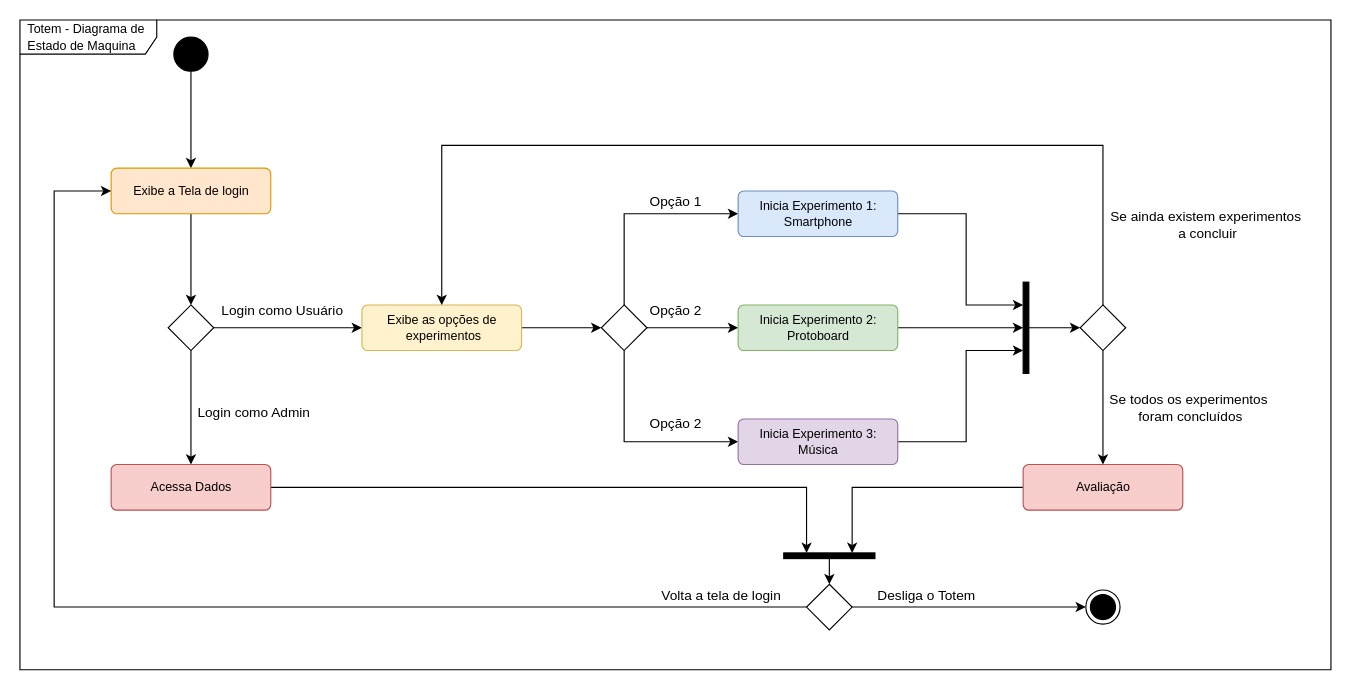
Osidious/PI1-2022-2 keeps this draw.io diagram as DiagramaDeEstadoDeMaquina.drawio. Above is the earlier version. Source tidied: cells renumbered, new cells numbered last; positions are measured from the earlier drawing's top-left corner, leaving out a move shared by most shapes. Both pictures are drawn from the tidied source at 114%, with x=0, y=0 at pixel (19, 19).
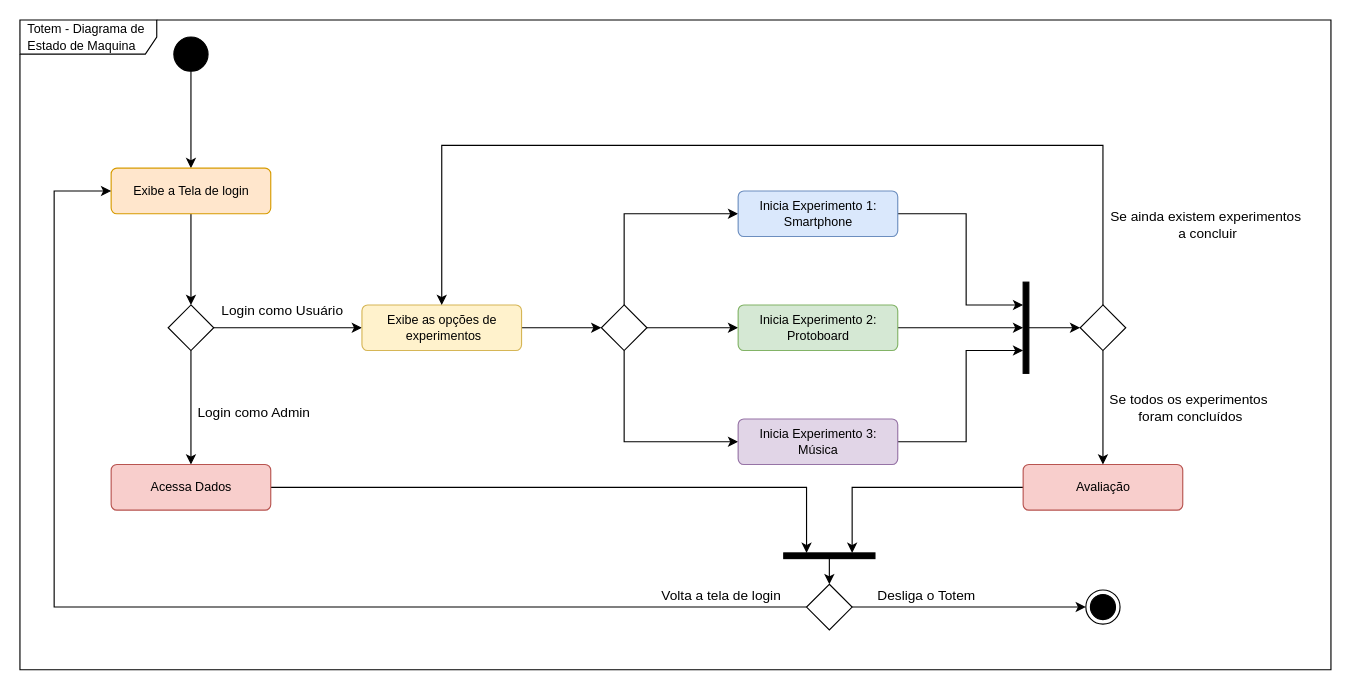
The same diagram, later.

Change to the diagram source:
```diff
@@
-    <mxCell id="29" value="Opção 1" style="text;html=1;align=center;verticalAlign=middle;strokeColor=none;fillColor=none;fontSize=12;" parent="1" vertex="1">
-      <mxGeometry x="540" y="145" width="70" height="30" as="geometry" />
-    </mxCell>
-    <mxCell id="30" value="Opção 2" style="text;html=1;align=center;verticalAlign=middle;strokeColor=none;fillColor=none;fontSize=12;" parent="1" vertex="1">
-      <mxGeometry x="540" y="339" width="70" height="30" as="geometry" />
-    </mxCell>
-    <mxCell id="31" value="Opção 2" style="text;html=1;align=center;verticalAlign=middle;strokeColor=none;fillColor=none;fontSize=12;" parent="1" vertex="1">
-      <mxGeometry x="540" y="240" width="70" height="30" as="geometry" />
-    </mxCell>
```
